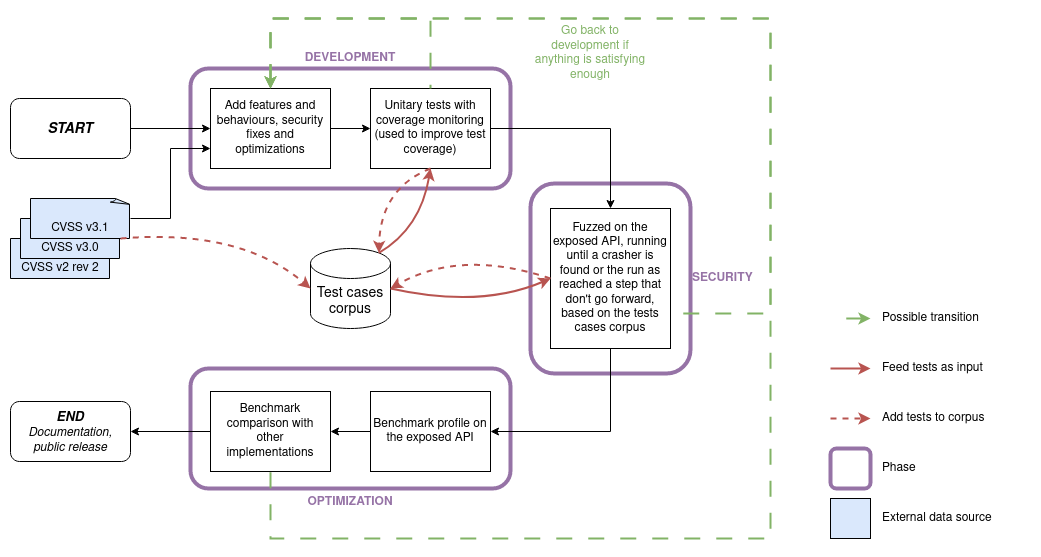
Above: res/dev-pipeline.png in pandatix/go-cvss (draw.io), before the change. Source tidied: cells renumbered, new cells last; positions are measured from the earlier drawing's top-left corner, leaving out a move shared by most shapes.
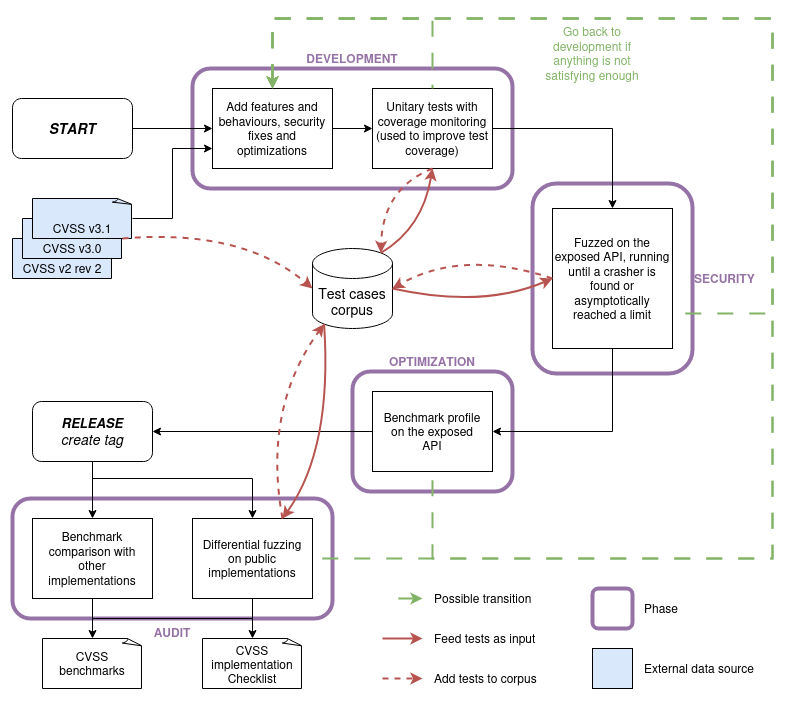
The same file after the commit.

What changed in the source:
```diff
@@ -2,8 +2,11 @@
   <root>
     <mxCell id="0" />
     <mxCell id="1" parent="0" />
+    <mxCell id="42" value="AUDIT" style="rounded=1;whiteSpace=wrap;html=1;strokeColor=#9673a6;fontSize=12;fillColor=none;strokeWidth=4;fontColor=#9673A6;fontStyle=1;labelPosition=center;verticalLabelPosition=bottom;align=center;verticalAlign=top;" parent="1" vertex="1">
+      <mxGeometry y="480" width="320" height="120" as="geometry" />
+    </mxCell>
-    <mxCell id="2" value="OPTIMIZATION" style="rounded=1;whiteSpace=wrap;html=1;strokeColor=#9673a6;fontSize=12;fillColor=none;strokeWidth=4;fontColor=#9673A6;fontStyle=1;labelPosition=center;verticalLabelPosition=bottom;align=center;verticalAlign=top;" parent="1" vertex="1">
-      <mxGeometry x="180" y="350" width="320" height="120" as="geometry" />
+    <mxCell id="2" value="OPTIMIZATION" style="rounded=1;whiteSpace=wrap;html=1;strokeColor=#9673a6;fontSize=12;fillColor=none;strokeWidth=4;fontColor=#9673A6;fontStyle=1;labelPosition=center;verticalLabelPosition=top;align=center;verticalAlign=bottom;" parent="1" vertex="1">
+      <mxGeometry x="340" y="353" width="160" height="120" as="geometry" />
     </mxCell>
     <mxCell id="3" value="DEVELOPMENT" style="rounded=1;whiteSpace=wrap;html=1;strokeColor=#9673a6;fontSize=12;fillColor=none;strokeWidth=4;fontColor=#9673A6;fontStyle=1;labelPosition=center;verticalLabelPosition=top;align=center;verticalAlign=bottom;" parent="1" vertex="1">
       <mxGeometry x="180" y="50" width="320" height="120" as="geometry" />
@@ -48,7 +51,7 @@
         </Array>
       </mxGeometry>
     </mxCell>
-    <mxCell id="16" value="Fuzzed on the exposed API, running until a crasher is found or the run as reached a step that don't go forward, based on the tests cases corpus" style="rounded=0;whiteSpace=wrap;html=1;strokeColor=default;fontSize=12;" parent="1" vertex="1">
+    <mxCell id="16" value="Fuzzed on the exposed API, running until a crasher is found or asymptotically reached a limit" style="rounded=0;whiteSpace=wrap;html=1;strokeColor=default;fontSize=12;" parent="1" vertex="1">
       <mxGeometry x="540" y="190" width="120" height="140" as="geometry" />
     </mxCell>
     <mxCell id="17" value="Test cases corpus" style="shape=cylinder3;whiteSpace=wrap;html=1;boundedLbl=1;backgroundOutline=1;size=15;strokeColor=default;fontSize=14;" parent="1" vertex="1">
@@ -61,20 +64,17 @@
         </Array>
       </mxGeometry>
     </mxCell>
-    <mxCell id="19" value="&lt;div style=&quot;font-size: 13px;&quot;&gt;END&lt;/div&gt;&lt;div style=&quot;font-size: 12px;&quot;&gt;&lt;font style=&quot;font-size: 12px;&quot;&gt;&lt;span style=&quot;font-weight: normal;&quot;&gt;Documentation, public release&lt;/span&gt;&lt;/font&gt;&lt;br&gt;&lt;/div&gt;" style="rounded=1;whiteSpace=wrap;html=1;fontStyle=3;fontSize=14;" parent="1" vertex="1">
-      <mxGeometry y="383" width="120" height="60" as="geometry" />
+    <mxCell id="19" value="&lt;div style=&quot;font-size: 13px;&quot;&gt;RELEASE&lt;/div&gt;&lt;div&gt;&lt;span style=&quot;font-weight: normal;&quot;&gt;create tag&lt;/span&gt;&lt;br&gt;&lt;/div&gt;" style="rounded=1;whiteSpace=wrap;html=1;fontStyle=3;fontSize=14;" parent="1" vertex="1">
+      <mxGeometry x="20" y="383" width="120" height="60" as="geometry" />
     </mxCell>
-    <mxCell id="20" style="edgeStyle=orthogonalEdgeStyle;rounded=0;jettySize=auto;html=1;entryX=1;entryY=0.5;entryDx=0;entryDy=0;strokeWidth=1;fontSize=12;" parent="1" edge="1" source="21" target="23">
-      <mxGeometry relative="1" as="geometry" />
-    </mxCell>
-    <mxCell id="21" value="Benchmark profile on the exposed API" style="rounded=0;whiteSpace=wrap;html=1;strokeColor=default;fontSize=12;" parent="1" vertex="1">
+    <mxCell id="21" value="&lt;div&gt;Benchmark profile&lt;/div&gt;&lt;div&gt;on the exposed&lt;/div&gt;&lt;div&gt;API&lt;/div&gt;" style="rounded=0;whiteSpace=wrap;html=1;strokeColor=default;fontSize=12;" parent="1" vertex="1">
       <mxGeometry x="360" y="373" width="120" height="80" as="geometry" />
     </mxCell>
-    <mxCell id="22" style="edgeStyle=orthogonalEdgeStyle;rounded=0;jettySize=auto;html=1;entryX=1;entryY=0.5;entryDx=0;entryDy=0;strokeWidth=1;fontSize=12;" parent="1" edge="1" source="23" target="19">
+    <mxCell id="22" style="edgeStyle=orthogonalEdgeStyle;rounded=0;jettySize=auto;html=1;entryX=1;entryY=0.5;entryDx=0;entryDy=0;strokeWidth=1;fontSize=12;exitX=0;exitY=0.5;exitDx=0;exitDy=0;" parent="1" edge="1" source="21" target="19">
       <mxGeometry relative="1" as="geometry" />
     </mxCell>
     <mxCell id="23" value="&lt;div&gt;Benchmark comparison with&lt;/div&gt;&lt;div&gt;other&lt;/div&gt;&lt;div&gt;implementations&lt;br&gt;&lt;/div&gt;" style="rounded=0;whiteSpace=wrap;html=1;strokeColor=default;fontSize=12;" parent="1" vertex="1">
-      <mxGeometry x="200" y="373" width="120" height="80" as="geometry" />
+      <mxGeometry x="20" y="500" width="120" height="80" as="geometry" />
     </mxCell>
     <mxCell id="24" style="curved=1;endArrow=classic;html=1;rounded=0;fontSize=14;exitX=0.5;exitY=1;exitDx=0;exitDy=0;entryX=0.855;entryY=0;entryDx=0;entryDy=4.35;entryPerimeter=0;fillColor=#f8cecc;strokeColor=#b85450;strokeWidth=2;dashed=1;" parent="1" edge="1" source="14" target="17">
       <mxGeometry relative="1" as="geometry">
@@ -104,16 +104,6 @@
         </Array>
       </mxGeometry>
     </mxCell>
-    <mxCell id="28" style="endArrow=none;dashed=1;html=1;dashPattern=8 8;strokeWidth=2;rounded=0;fillColor=#d5e8d4;strokeColor=#82b366;entryX=0.5;entryY=1;entryDx=0;entryDy=0;exitX=0.5;exitY=0;exitDx=0;exitDy=0;startArrow=classic;startFill=1;" parent="1" edge="1" source="12" target="23">
-      <mxGeometry relative="1" as="geometry">
-        <Array as="points">
-          <mxPoint x="260" />
-          <mxPoint x="760" />
-          <mxPoint x="760" y="520" />
-          <mxPoint x="260" y="520" />
-        </Array>
-      </mxGeometry>
-    </mxCell>
     <mxCell id="29" style="endArrow=none;dashed=1;html=1;dashPattern=8 8;strokeWidth=2;rounded=0;fillColor=#d5e8d4;strokeColor=#82b366;entryX=1;entryY=0.75;entryDx=0;entryDy=0;exitX=0.5;exitY=0;exitDx=0;exitDy=0;startArrow=classic;startFill=1;" parent="1" edge="1" source="12" target="16">
       <mxGeometry relative="1" as="geometry">
         <Array as="points">
@@ -131,47 +121,111 @@
         </Array>
       </mxGeometry>
     </mxCell>
-    <mxCell id="31" value="Go back to development if anything is satisfying enough" style="text;html=1;strokeColor=none;fillColor=none;align=center;verticalAlign=middle;whiteSpace=wrap;rounded=0;fontColor=#82B366;" parent="1" vertex="1">
+    <mxCell id="31" value="Go back to development if anything is not satisfying enough" style="text;html=1;strokeColor=none;fillColor=none;align=center;verticalAlign=middle;whiteSpace=wrap;rounded=0;fontColor=#82B366;" parent="1" vertex="1">
       <mxGeometry x="520" width="120" height="70" as="geometry" />
     </mxCell>
     <mxCell id="32" style="endArrow=none;dashed=1;html=1;dashPattern=8 8;strokeWidth=2;rounded=0;fillColor=#d5e8d4;strokeColor=#82b366;startArrow=classic;startFill=1;" parent="1" edge="1">
       <mxGeometry relative="1" as="geometry">
-        <mxPoint x="860" y="300" as="sourcePoint" />
-        <mxPoint x="820" y="300" as="targetPoint" />
+        <mxPoint x="410" y="580" as="sourcePoint" />
+        <mxPoint x="370" y="580" as="targetPoint" />
       </mxGeometry>
     </mxCell>
     <mxCell id="33" value="Possible transition" style="text;html=1;strokeColor=none;fillColor=none;align=left;verticalAlign=middle;whiteSpace=wrap;rounded=0;fontColor=#000000;" parent="1" vertex="1">
-      <mxGeometry x="870" y="280" width="150" height="40" as="geometry" />
+      <mxGeometry x="420" y="560" width="150" height="40" as="geometry" />
     </mxCell>
     <mxCell id="34" style="rounded=1;whiteSpace=wrap;html=1;strokeColor=#9673a6;fontSize=12;fillColor=none;strokeWidth=4;fontColor=#9673A6;fontStyle=1;labelPosition=center;verticalLabelPosition=bottom;align=center;verticalAlign=top;" parent="1" vertex="1">
-      <mxGeometry x="820" y="430" width="40" height="40" as="geometry" />
+      <mxGeometry x="580" y="570" width="40" height="40" as="geometry" />
     </mxCell>
     <mxCell id="35" value="Phase" style="text;html=1;strokeColor=none;fillColor=none;align=left;verticalAlign=middle;whiteSpace=wrap;rounded=0;fontColor=#000000;" parent="1" vertex="1">
-      <mxGeometry x="870" y="430" width="150" height="40" as="geometry" />
+      <mxGeometry x="630" y="570" width="150" height="40" as="geometry" />
     </mxCell>
     <mxCell id="36" style="rounded=0;whiteSpace=wrap;html=1;fillColor=#dae8fc;strokeColor=default;" parent="1" vertex="1">
-      <mxGeometry x="820" y="480" width="40" height="40" as="geometry" />
+      <mxGeometry x="580" y="630" width="40" height="40" as="geometry" />
     </mxCell>
     <mxCell id="37" value="External data source" style="text;html=1;strokeColor=none;fillColor=none;align=left;verticalAlign=middle;whiteSpace=wrap;rounded=0;fontColor=#000000;" parent="1" vertex="1">
-      <mxGeometry x="870" y="480" width="150" height="40" as="geometry" />
+      <mxGeometry x="630" y="630" width="150" height="40" as="geometry" />
     </mxCell>
     <mxCell id="38" style="curved=1;endArrow=classic;html=1;rounded=0;fontSize=14;fillColor=#f8cecc;strokeColor=#b85450;strokeWidth=2;" parent="1" edge="1">
       <mxGeometry relative="1" as="geometry">
-        <mxPoint x="820" y="350" as="sourcePoint" />
-        <mxPoint x="860" y="350" as="targetPoint" />
+        <mxPoint x="370" y="620" as="sourcePoint" />
+        <mxPoint x="410" y="620" as="targetPoint" />
       </mxGeometry>
     </mxCell>
     <mxCell id="39" value="Feed tests as input" style="text;html=1;strokeColor=none;fillColor=none;align=left;verticalAlign=middle;whiteSpace=wrap;rounded=0;fontColor=#000000;" parent="1" vertex="1">
-      <mxGeometry x="870" y="330" width="150" height="40" as="geometry" />
+      <mxGeometry x="420" y="600" width="150" height="40" as="geometry" />
     </mxCell>
     <mxCell id="40" value="Add tests to corpus" style="text;html=1;strokeColor=none;fillColor=none;align=left;verticalAlign=middle;whiteSpace=wrap;rounded=0;fontColor=#000000;" parent="1" vertex="1">
-      <mxGeometry x="870" y="380" width="150" height="40" as="geometry" />
+      <mxGeometry x="420" y="640" width="150" height="40" as="geometry" />
     </mxCell>
     <mxCell id="41" style="curved=1;endArrow=classic;html=1;rounded=0;fontSize=14;fillColor=#f8cecc;strokeColor=#b85450;strokeWidth=2;dashed=1;" parent="1" edge="1">
       <mxGeometry relative="1" as="geometry">
-        <mxPoint x="820" y="400" as="sourcePoint" />
-        <mxPoint x="860" y="400" as="targetPoint" />
+        <mxPoint x="370" y="660" as="sourcePoint" />
+        <mxPoint x="410" y="660" as="targetPoint" />
       </mxGeometry>
     </mxCell>
+    <mxCell id="43" value="CVSS implementation Checklist" style="whiteSpace=wrap;html=1;shape=mxgraph.basic.document;fontSize=12;verticalAlign=bottom;" parent="1" vertex="1">
+      <mxGeometry x="190" y="620" width="100" height="50" as="geometry" />
+    </mxCell>
+    <mxCell id="44" value="&lt;div&gt;Differential fuzzing&lt;/div&gt;&lt;div&gt;on public implementations&lt;/div&gt;" style="rounded=0;whiteSpace=wrap;html=1;strokeColor=default;fontSize=12;" parent="1" vertex="1">
+      <mxGeometry x="180" y="500" width="120" height="80" as="geometry" />
+    </mxCell>
+    <mxCell id="45" style="edgeStyle=orthogonalEdgeStyle;rounded=0;jettySize=auto;html=1;entryX=0.5;entryY=0;entryDx=0;entryDy=0;strokeWidth=1;fontSize=12;exitX=0.5;exitY=1;exitDx=0;exitDy=0;" parent="1" edge="1" source="19" target="44">
+      <mxGeometry relative="1" as="geometry">
+        <Array as="points">
+          <mxPoint x="240" y="460" />
+          <mxPoint x="80" y="460" />
+        </Array>
+      </mxGeometry>
+    </mxCell>
+    <mxCell id="46" style="edgeStyle=orthogonalEdgeStyle;rounded=0;jettySize=auto;html=1;entryX=0.5;entryY=0;entryDx=0;entryDy=0;strokeWidth=1;fontSize=12;exitX=0.5;exitY=1;exitDx=0;exitDy=0;entryPerimeter=0;" parent="1" edge="1" source="44" target="43">
+      <mxGeometry relative="1" as="geometry">
+        <Array as="points">
+          <mxPoint x="80" y="600" />
+          <mxPoint x="80" y="600" />
+        </Array>
+      </mxGeometry>
+    </mxCell>
+    <mxCell id="47" style="edgeStyle=orthogonalEdgeStyle;rounded=0;jettySize=auto;html=1;entryX=0.5;entryY=0;entryDx=0;entryDy=0;strokeWidth=1;fontSize=12;exitX=0.5;exitY=1;exitDx=0;exitDy=0;" parent="1" edge="1" source="19" target="23">
+      <mxGeometry relative="1" as="geometry" />
+    </mxCell>
+    <mxCell id="48" value="CVSS&lt;br&gt;benchmarks" style="whiteSpace=wrap;html=1;shape=mxgraph.basic.document;fontSize=12;verticalAlign=middle;" parent="1" vertex="1">
+      <mxGeometry x="30" y="620" width="100" height="50" as="geometry" />
+    </mxCell>
+    <mxCell id="49" style="edgeStyle=orthogonalEdgeStyle;rounded=0;jettySize=auto;html=1;entryX=0.5;entryY=0;entryDx=0;entryDy=0;strokeWidth=1;fontSize=12;exitX=0.5;exitY=1;exitDx=0;exitDy=0;entryPerimeter=0;" parent="1" edge="1" source="23" target="48">
+      <mxGeometry relative="1" as="geometry" />
+    </mxCell>
+    <mxCell id="50" style="curved=1;endArrow=classic;html=1;rounded=0;fontSize=14;exitX=0.75;exitY=0;exitDx=0;exitDy=0;entryX=0.145;entryY=1;entryDx=0;entryDy=-4.35;entryPerimeter=0;fillColor=#f8cecc;strokeColor=#b85450;strokeWidth=2;dashed=1;" parent="1" edge="1" source="44" target="17">
+      <mxGeometry relative="1" as="geometry">
+        <Array as="points">
+          <mxPoint x="250" y="390" />
+        </Array>
+      </mxGeometry>
+    </mxCell>
+    <mxCell id="51" style="curved=1;endArrow=classic;html=1;rounded=0;fontSize=14;exitX=0.145;exitY=1;exitDx=0;exitDy=-4.35;entryX=0.75;entryY=0;entryDx=0;entryDy=0;fillColor=#f8cecc;strokeColor=#b85450;strokeWidth=2;exitPerimeter=0;" parent="1" edge="1" source="17" target="44">
+      <mxGeometry relative="1" as="geometry">
+        <Array as="points">
+          <mxPoint x="320" y="430" />
+        </Array>
+      </mxGeometry>
+    </mxCell>
+    <mxCell id="52" style="endArrow=none;dashed=1;html=1;dashPattern=8 8;strokeWidth=2;rounded=0;fillColor=#d5e8d4;strokeColor=#82b366;entryX=1;entryY=0.5;entryDx=0;entryDy=0;exitX=0.5;exitY=0;exitDx=0;exitDy=0;startArrow=classic;startFill=1;" parent="1" edge="1" source="12" target="44">
+      <mxGeometry relative="1" as="geometry">
+        <Array as="points">
+          <mxPoint x="260" />
+          <mxPoint x="760" />
+          <mxPoint x="760" y="540" />
+        </Array>
+      </mxGeometry>
+    </mxCell>
+    <mxCell id="53" style="endArrow=none;dashed=1;html=1;dashPattern=8 8;strokeWidth=2;rounded=0;fillColor=#d5e8d4;strokeColor=#82b366;entryX=0.5;entryY=1;entryDx=0;entryDy=0;exitX=0.5;exitY=0;exitDx=0;exitDy=0;startArrow=classic;startFill=1;" parent="1" edge="1" source="12" target="21">
+      <mxGeometry relative="1" as="geometry">
+        <Array as="points">
+          <mxPoint x="260" />
+          <mxPoint x="760" />
+          <mxPoint x="760" y="540" />
+          <mxPoint x="420" y="540" />
+        </Array>
+      </mxGeometry>
+    </mxCell>
   </root>
 </mxGraphModel>
```
